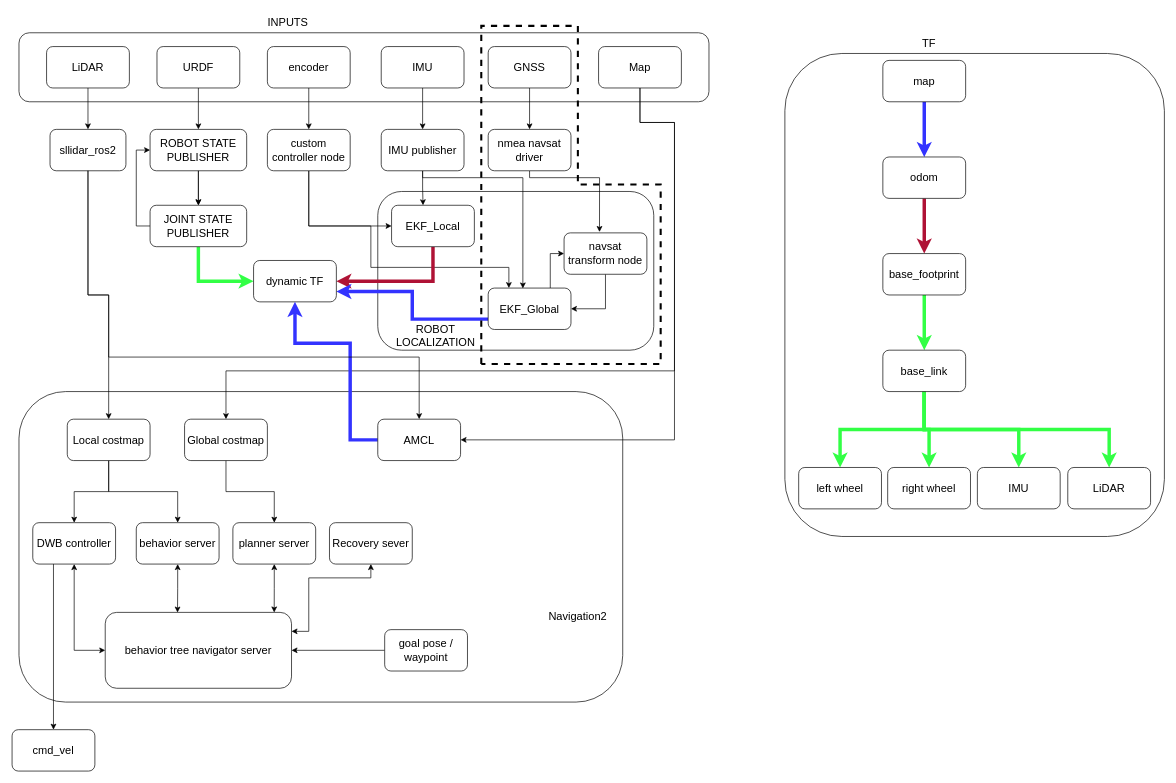
Earlier version of the draw.io diagram nav_ppt.drawio (adands/eddiebot_ros2-backup). Source tidied: cells renumbered, new cells numbered last; positions are measured from the earlier drawing's top-left corner, leaving out a move shared by most shapes. Both pictures are drawn from the tidied source at 69%, with x=0, y=0 at pixel (12, 12).
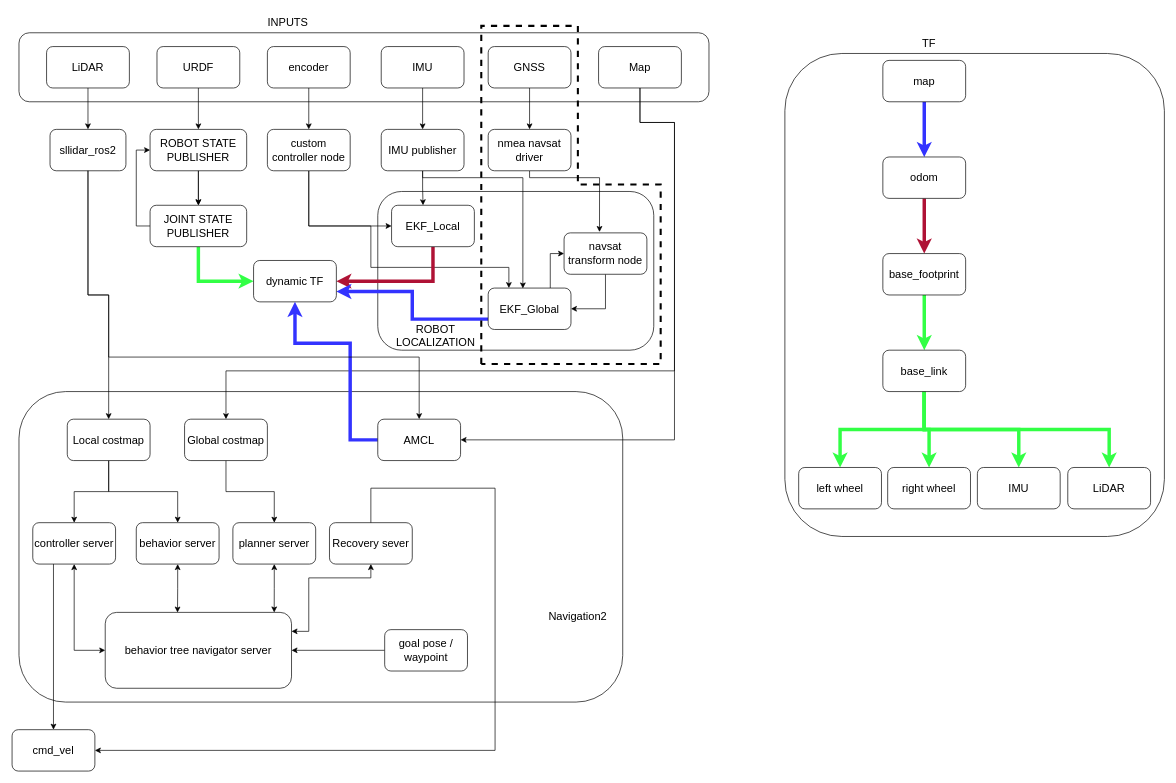
Above is the later version.

Unchanged cells that the change refers to:
```xml
<mxCell id="69" value="cmd_vel" style="rounded=1;whiteSpace=wrap;html=1;fontSize=16;" parent="1" vertex="1">
  <mxGeometry y="1040" width="120" height="60" as="geometry" />
</mxCell>
<mxCell id="71" value="Recovery sever" style="rounded=1;whiteSpace=wrap;html=1;fontSize=16;" parent="1" vertex="1">
  <mxGeometry x="460" y="740" width="120" height="60" as="geometry" />
</mxCell>
```

The edit, as a diff of the source:
```diff
@@
-    <mxCell id="78" value="DWB controller" style="rounded=1;whiteSpace=wrap;html=1;fontSize=16;" parent="1" vertex="1">
+    <mxCell id="78" value="controller server" style="rounded=1;whiteSpace=wrap;html=1;fontSize=16;" parent="1" vertex="1">
       <mxGeometry x="30" y="740" width="120" height="60" as="geometry" />
     </mxCell>
@@
+    <mxCell id="85" style="endArrow=classic;html=1;rounded=0;exitX=0.5;exitY=0;exitDx=0;exitDy=0;entryX=1;entryY=0.5;entryDx=0;entryDy=0;" parent="1" edge="1" source="71" target="69">
+      <mxGeometry relative="1" as="geometry">
+        <Array as="points">
+          <mxPoint x="520" y="690" />
+          <mxPoint x="700" y="690" />
+          <mxPoint x="700" y="1070" />
+        </Array>
+      </mxGeometry>
+    </mxCell>
```
